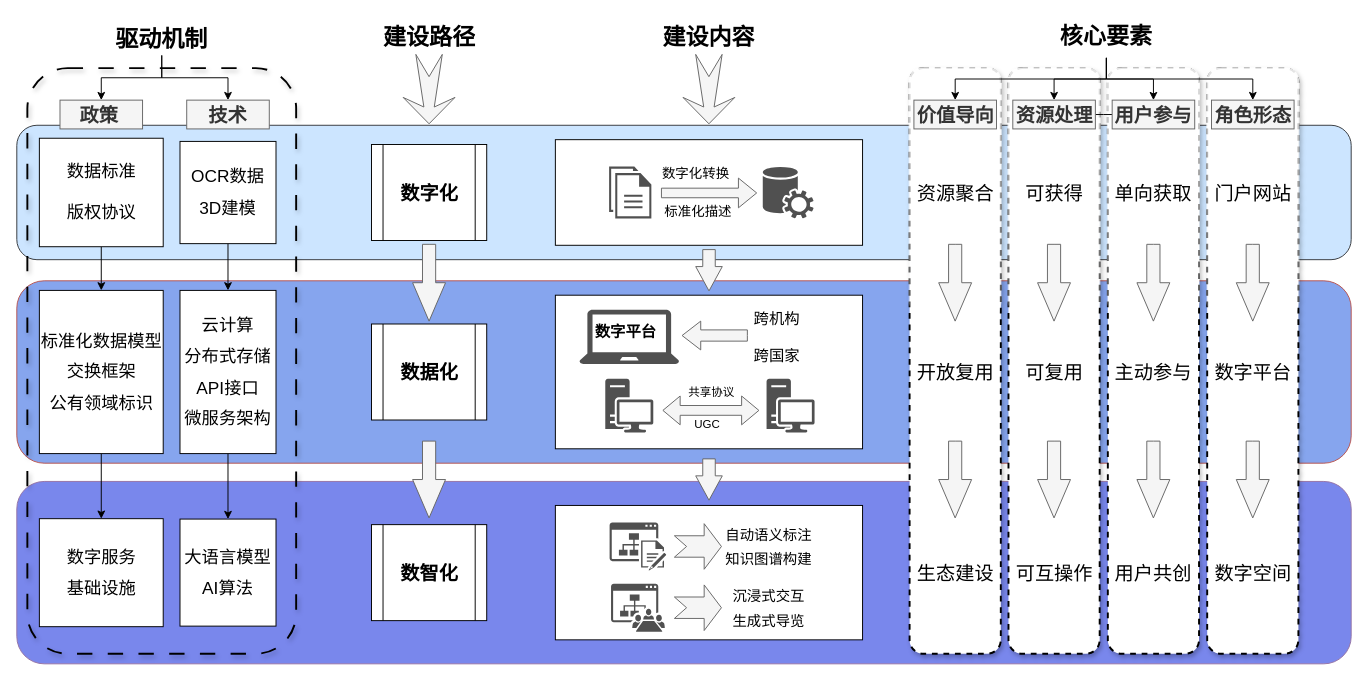
Utah-wu/draw.io keeps this draw.io diagram as 小宝架构1.drawio. Above is the earlier version. Source tidied: cells renumbered, new cells numbered last; positions are measured from the earlier drawing's top-left corner, leaving out a move shared by most shapes. Both pictures are drawn from the tidied source at 96%, with x=0, y=0 at pixel (16, 16).
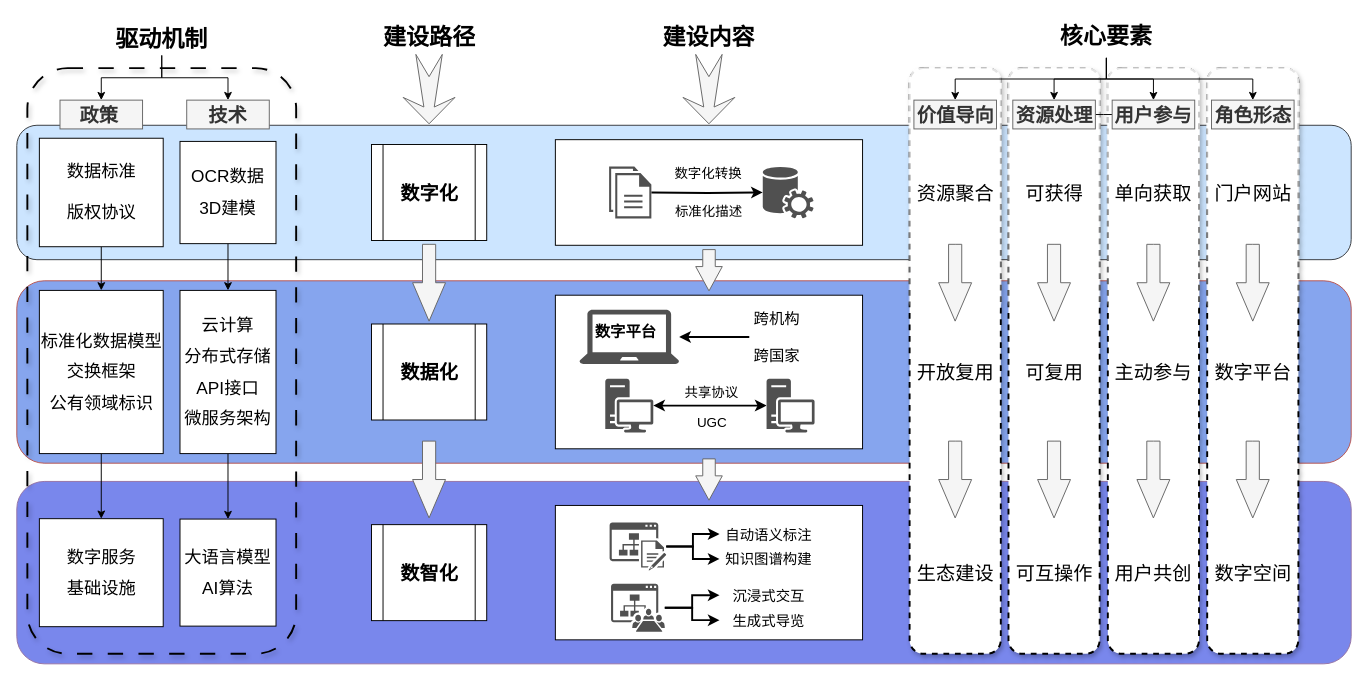
The same page after the edit.

Commit message (it also covers changes not shown here):
更新小宝架构1.drawio

Unchanged cells that the change refers to:
```xml
<mxCell id="15" value="沉浸式交互" style="text;html=1;whiteSpace=wrap;strokeColor=none;fillColor=none;align=center;verticalAlign=middle;rounded=0;fontSize=15;" parent="1" vertex="1">
  <mxGeometry x="732" y="587.5" width="103" height="30" as="geometry" />
</mxCell>
<mxCell id="16" value="生成式导览" style="text;html=1;whiteSpace=wrap;strokeColor=none;fillColor=none;align=center;verticalAlign=middle;rounded=0;fontSize=15;" parent="1" vertex="1">
  <mxGeometry x="732" y="613.5" width="103" height="30" as="geometry" />
</mxCell>
<mxCell id="18" style="sketch=0;shadow=0;dashed=0;html=1;strokeColor=none;fillColor=#505050;labelPosition=center;verticalLabelPosition=bottom;verticalAlign=top;outlineConnect=0;align=center;shape=mxgraph.office.services.central_management_service;" parent="1" vertex="1">
  <mxGeometry x="777" y="156" width="53" height="54" as="geometry" />
</mxCell>
<mxCell id="19" style="group;" parent="1" vertex="1">
  <mxGeometry x="671" y="148" width="98" height="70" as="geometry" />
</mxCell>
<mxCell id="23" value="跨机构&lt;div&gt;&lt;br&gt;&lt;div&gt;跨国家&lt;/div&gt;&lt;/div&gt;" style="text;html=1;whiteSpace=wrap;strokeColor=none;fillColor=none;align=center;verticalAlign=middle;rounded=0;fontSize=16;" parent="1" vertex="1">
  <mxGeometry x="763" y="318.5" width="58" height="30" as="geometry" />
</mxCell>
<mxCell id="28" style="sketch=0;shadow=0;dashed=0;html=1;strokeColor=none;fillColor=#505050;labelPosition=center;verticalLabelPosition=bottom;verticalAlign=top;outlineConnect=0;align=center;shape=mxgraph.office.sites.meeting_workspace_site;" parent="1" vertex="1">
  <mxGeometry x="619" y="590.5" width="56" height="50" as="geometry" />
</mxCell>
<mxCell id="54" style="sketch=0;shadow=0;dashed=0;html=1;strokeColor=none;fillColor=#505050;labelPosition=center;verticalLabelPosition=bottom;verticalAlign=top;outlineConnect=0;align=center;shape=mxgraph.office.sites.wiki_site;" parent="1" vertex="1">
  <mxGeometry x="617.5" y="526.8" width="59" height="50" as="geometry" />
</mxCell>
<mxCell id="55" value="自动语义标注" style="text;html=1;whiteSpace=wrap;strokeColor=none;fillColor=none;align=center;verticalAlign=middle;rounded=0;fontSize=15;" parent="1" vertex="1">
  <mxGeometry x="732" y="523.8" width="103" height="30" as="geometry" />
</mxCell>
<mxCell id="56" value="知识图谱构建" style="text;html=1;whiteSpace=wrap;strokeColor=none;fillColor=none;align=center;verticalAlign=middle;rounded=0;fontSize=15;" parent="1" vertex="1">
  <mxGeometry x="732" y="549.8" width="103" height="30" as="geometry" />
</mxCell>
<mxCell id="72" style="sketch=0;shadow=0;dashed=0;html=1;strokeColor=none;fillColor=#505050;labelPosition=center;verticalLabelPosition=bottom;verticalAlign=top;outlineConnect=0;align=center;shape=mxgraph.office.devices.workstation;" parent="1" vertex="1">
  <mxGeometry x="613" y="377" width="50" height="56" as="geometry" />
</mxCell>
<mxCell id="73" style="sketch=0;shadow=0;dashed=0;html=1;strokeColor=none;fillColor=#505050;labelPosition=center;verticalLabelPosition=bottom;verticalAlign=top;outlineConnect=0;align=center;shape=mxgraph.office.devices.workstation;" parent="1" vertex="1">
  <mxGeometry x="781" y="377" width="50" height="56" as="geometry" />
</mxCell>
<mxCell id="76" style="sketch=0;shadow=0;dashed=0;html=1;strokeColor=none;fillColor=#505050;labelPosition=center;verticalLabelPosition=bottom;verticalAlign=top;outlineConnect=0;align=center;shape=mxgraph.office.devices.laptop;" parent="74" vertex="1">
  <mxGeometry y="2.2" width="104" height="56.5" as="geometry" />
</mxCell>
```

The edit, as a diff of the source:
```diff
@@
+    <mxCell id="93" style="edgeStyle=orthogonalEdgeStyle;rounded=0;jettySize=auto;html=1;strokeWidth=2;" parent="1" edge="1" target="18">
+      <mxGeometry relative="1" as="geometry">
+        <mxPoint x="661" y="183" as="sourcePoint" />
+      </mxGeometry>
+    </mxCell>
@@
-    <mxCell id="20" style="shape=flexArrow;endArrow=classic;html=1;rounded=0;exitX=0.538;exitY=0.833;exitDx=0;exitDy=0;exitPerimeter=0;fillColor=#f5f5f5;strokeColor=#666666;" parent="19" edge="1">
-      <mxGeometry relative="1" as="geometry">
-        <mxPoint y="35.5" as="sourcePoint" />
-        <mxPoint x="100.2" y="35.5" as="targetPoint" />
-      </mxGeometry>
-    </mxCell>
     <mxCell id="21" value="数字化转换" style="text;html=1;whiteSpace=wrap;strokeColor=none;fillColor=none;align=center;verticalAlign=middle;rounded=0;fontSize=14;" parent="19" vertex="1">
-      <mxGeometry width="73" height="30" as="geometry" />
+      <mxGeometry x="13" width="73" height="30" as="geometry" />
     </mxCell>
-    <mxCell id="22" value="标准化描述" style="text;html=1;whiteSpace=wrap;strokeColor=none;fillColor=none;align=center;verticalAlign=middle;rounded=0;fontSize=14;" parent="19" vertex="1">
-      <mxGeometry x="3.3" y="40" width="72" height="30" as="geometry" />
-    </mxCell>
+    <mxCell id="94" style="edgeStyle=orthogonalEdgeStyle;rounded=0;jettySize=auto;html=1;strokeWidth=2;" parent="1" edge="1" source="23" target="76">
+      <mxGeometry relative="1" as="geometry" />
+    </mxCell>
@@
-    <mxCell id="24" style="html=1;shadow=0;dashed=0;align=center;verticalAlign=middle;shape=mxgraph.arrows2.arrow;dy=0.61;dx=19.42;flipH=1;notch=0;fillColor=#f5f5f5;strokeColor=#666666;fontColor=#333333;" parent="1" vertex="1">
-      <mxGeometry x="693" y="317" width="68" height="30" as="geometry" />
-    </mxCell>
-    <mxCell id="25" style="html=1;shadow=0;dashed=0;align=center;verticalAlign=middle;shape=mxgraph.arrows2.twoWayArrow;dy=0.66;dx=17.99;fillColor=#f5f5f5;strokeColor=#666666;fontColor=#333333;" parent="1" vertex="1">
-      <mxGeometry x="673" y="395" width="100" height="30" as="geometry" />
-    </mxCell>
-    <mxCell id="26" value="共享协议" style="text;html=1;whiteSpace=wrap;strokeColor=none;fillColor=none;align=center;verticalAlign=middle;rounded=0;" parent="1" vertex="1">
+    <mxCell id="26" value="共享协议" style="text;html=1;whiteSpace=wrap;strokeColor=none;fillColor=none;align=center;verticalAlign=middle;rounded=0;fontSize=14;" parent="1" vertex="1">
       <mxGeometry x="695" y="377" width="58" height="30" as="geometry" />
     </mxCell>
-    <mxCell id="27" value="UGC" style="text;html=1;whiteSpace=wrap;strokeColor=none;fillColor=none;align=center;verticalAlign=middle;rounded=0;" parent="1" vertex="1">
-      <mxGeometry x="686.5" y="410.5" width="65" height="28.5" as="geometry" />
+    <mxCell id="27" value="UGC" style="text;html=1;whiteSpace=wrap;strokeColor=none;fillColor=none;align=center;verticalAlign=middle;rounded=0;fontSize=14;" parent="1" vertex="1">
+      <mxGeometry x="691.5" y="408.5" width="65" height="28.5" as="geometry" />
     </mxCell>
+    <mxCell id="95" style="edgeStyle=orthogonalEdgeStyle;rounded=0;jettySize=auto;html=1;strokeWidth=2;" parent="1" edge="1" source="28" target="15">
+      <mxGeometry relative="1" as="geometry" />
+    </mxCell>
@@
+    <mxCell id="96" style="edgeStyle=orthogonalEdgeStyle;rounded=0;jettySize=auto;html=1;strokeWidth=2;" parent="1" edge="1" source="54" target="55">
+      <mxGeometry relative="1" as="geometry" />
+    </mxCell>
@@
+    <mxCell id="97" style="edgeStyle=orthogonalEdgeStyle;rounded=0;jettySize=auto;html=1;startArrow=classic;startFill=1;strokeWidth=2;" parent="1" edge="1" source="73" target="72">
+      <mxGeometry relative="1" as="geometry" />
+    </mxCell>
@@
-    <mxCell id="77" style="html=1;shadow=0;dashed=0;align=center;verticalAlign=middle;shape=mxgraph.arrows2.arrow;dy=0.53;dx=18;notch=12.68;fillColor=#f5f5f5;strokeColor=#666666;fontColor=#333333;" parent="1" vertex="1">
-      <mxGeometry x="685" y="528" width="49" height="47.5" as="geometry" />
-    </mxCell>
-    <mxCell id="78" style="html=1;shadow=0;dashed=0;align=center;verticalAlign=middle;shape=mxgraph.arrows2.arrow;dy=0.53;dx=18;notch=12.68;fillColor=#f5f5f5;strokeColor=#666666;fontColor=#333333;" parent="1" vertex="1">
-      <mxGeometry x="685" y="591.8" width="49" height="47.5" as="geometry" />
-    </mxCell>
@@
+    <mxCell id="22" value="标准化描述" style="text;html=1;whiteSpace=wrap;strokeColor=none;fillColor=none;align=center;verticalAlign=middle;rounded=0;fontSize=14;" parent="1" vertex="1">
+      <mxGeometry x="684.5" y="188" width="72" height="30" as="geometry" />
+    </mxCell>
+    <mxCell id="98" style="edgeStyle=orthogonalEdgeStyle;rounded=0;jettySize=auto;html=1;entryX=0;entryY=0.5;entryDx=0;entryDy=0;strokeWidth=2;" parent="1" edge="1" source="54" target="56">
+      <mxGeometry relative="1" as="geometry" />
+    </mxCell>
+    <mxCell id="99" style="edgeStyle=orthogonalEdgeStyle;rounded=0;jettySize=auto;html=1;strokeWidth=2;" parent="1" edge="1" source="28" target="16">
+      <mxGeometry relative="1" as="geometry" />
+    </mxCell>
```
